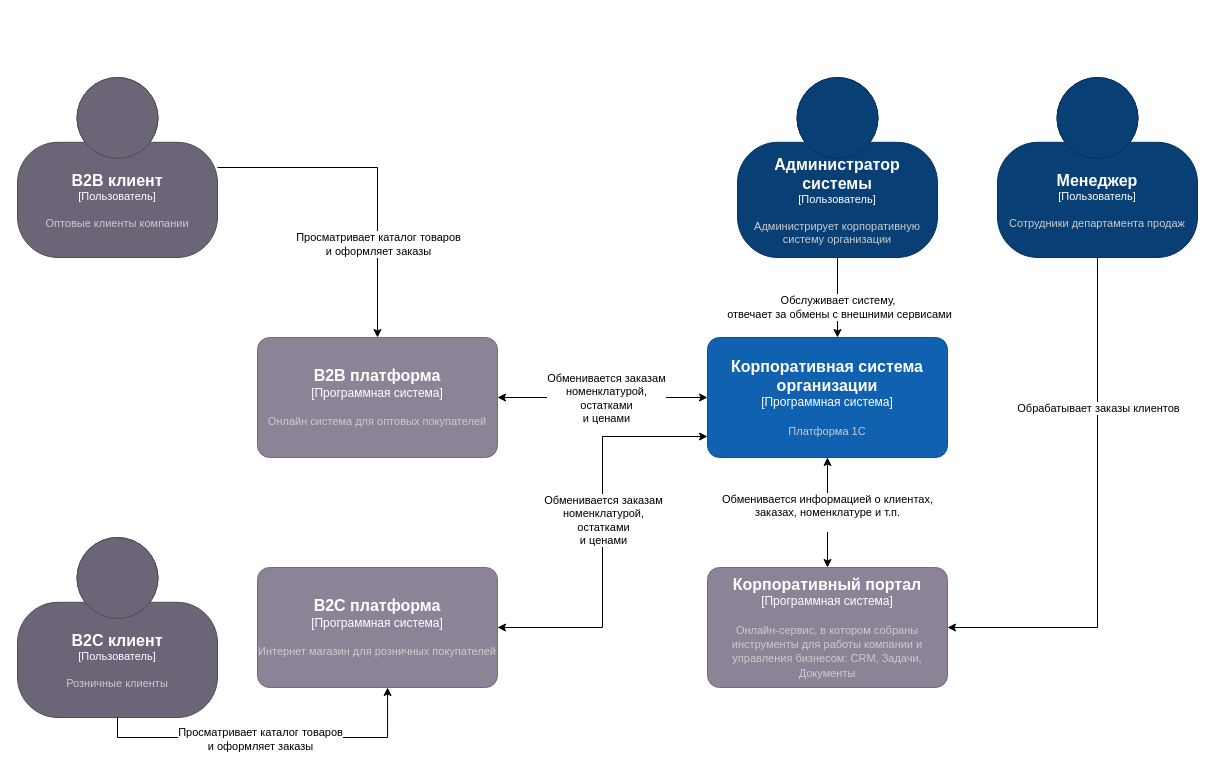
Earlier version of the draw.io diagram Context_diagramm.drawio (OlegM161/draw). Source tidied: cells renumbered, new cells numbered last; positions are measured from the earlier drawing's top-left corner, leaving out a move shared by most shapes. Both pictures are drawn from the tidied source at 100%, with x=0, y=0 at pixel (17, 77).
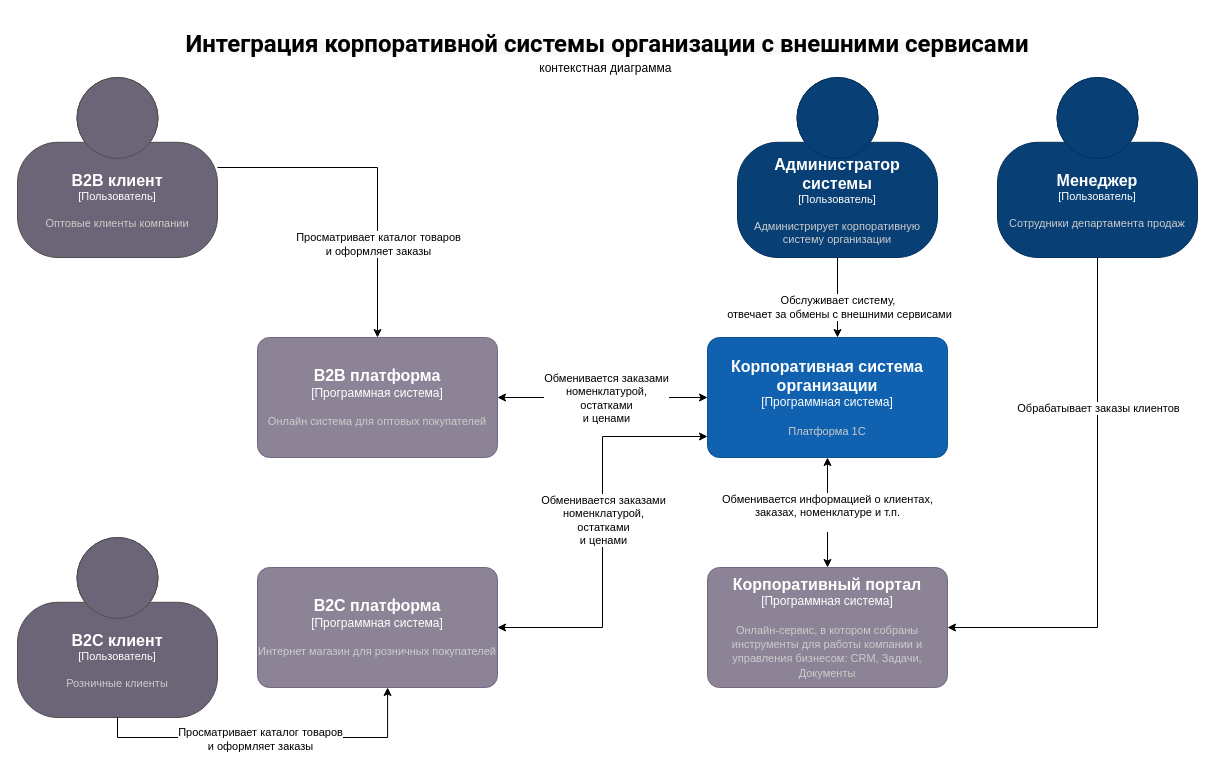
After the change.

Unchanged cells that the change refers to:
```xml
<mxCell id="18" style="edgeStyle=orthogonalEdgeStyle;rounded=0;jettySize=auto;html=1;entryX=0;entryY=0.5;entryDx=0;entryDy=0;entryPerimeter=0;startArrow=classic;startFill=1;" parent="1" edge="1" source="4" target="2">
  <mxGeometry relative="1" as="geometry" />
</mxCell>
<mxCell id="22" style="edgeStyle=orthogonalEdgeStyle;rounded=0;jettySize=auto;html=1;entryX=0;entryY=0.825;entryDx=0;entryDy=0;entryPerimeter=0;startArrow=classic;startFill=1;" parent="1" edge="1" source="5" target="2">
  <mxGeometry relative="1" as="geometry" />
</mxCell>
```

Change to the diagram source:
```diff
@@
-    <mxCell id="19" value="Обменивается заказам&lt;div&gt;номенклатурой,&lt;/div&gt;&lt;div&gt;остатками&lt;/div&gt;&lt;div&gt;и ценами&lt;/div&gt;" style="edgeLabel;html=1;align=center;verticalAlign=middle;" parent="18" vertex="1">
+    <mxCell id="19" value="Обменивается заказами&lt;div&gt;номенклатурой,&lt;/div&gt;&lt;div&gt;остатками&lt;/div&gt;&lt;div&gt;и ценами&lt;/div&gt;" style="edgeLabel;html=1;align=center;verticalAlign=middle;" parent="18" vertex="1">
       <mxGeometry x="0.03" relative="1" as="geometry" />
     </mxCell>
@@
-    <mxCell id="23" value="Обменивается заказам&lt;div&gt;номенклатурой,&lt;/div&gt;&lt;div&gt;остатками&lt;/div&gt;&lt;div&gt;и ценами&lt;/div&gt;" style="edgeLabel;html=1;align=center;verticalAlign=middle;" parent="22" vertex="1">
+    <mxCell id="23" value="Обменивается заказами&lt;div&gt;номенклатурой,&lt;/div&gt;&lt;div&gt;остатками&lt;/div&gt;&lt;div&gt;и ценами&lt;/div&gt;" style="edgeLabel;html=1;align=center;verticalAlign=middle;" parent="22" vertex="1">
       <mxGeometry x="0.06" relative="1" as="geometry" />
     </mxCell>
+    <mxCell id="24" value="&lt;div&gt;&lt;span style=&quot;font-family: Roboto, sans-serif; text-align: left; white-space: pre-line; background-color: rgb(248, 248, 248);&quot;&gt;&lt;font style=&quot;font-size: 24px;&quot;&gt;&lt;b style=&quot;&quot;&gt;Интеграция корпоративной системы организации с внешними сервисами&lt;/b&gt;&lt;/font&gt;&lt;/span&gt;&lt;br&gt;&lt;/div&gt;&lt;div&gt;контекстная диаграмма&amp;nbsp;&lt;span style=&quot;font-family: Roboto, sans-serif; font-size: 14px; text-align: left; white-space: pre-line; background-color: rgb(248, 248, 248);&quot;&gt;&lt;br&gt;&lt;/span&gt;&lt;/div&gt;" style="text;html=1;align=center;verticalAlign=middle;whiteSpace=wrap;rounded=0;" parent="1" vertex="1">
+      <mxGeometry x="120" y="-60" width="940" height="70" as="geometry" />
+    </mxCell>
```
